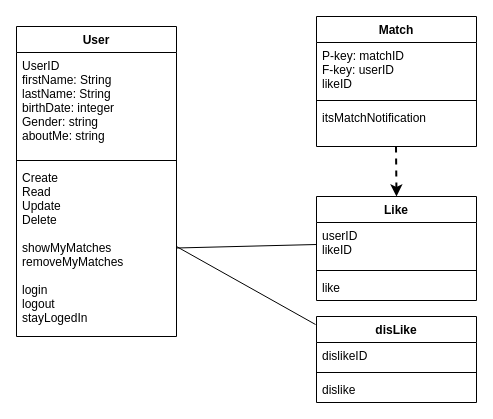
Earlier version of the draw.io diagram Untitled Diagram.drawio (Elena51513155/Eksamen). Source tidied: cells renumbered, new cells numbered last; positions are measured from the earlier drawing's top-left corner, leaving out a move shared by most shapes. Both pictures are drawn from the tidied source at 100%, with x=0, y=0 at pixel (16, 16).
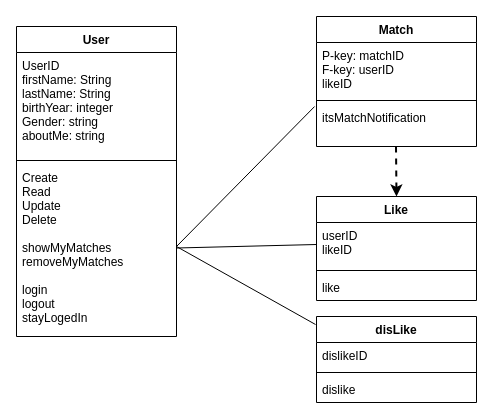
After the change.

Unchanged cells that the change refers to:
```xml
<mxCell id="2" value="User" style="swimlane;fontStyle=1;align=center;verticalAlign=top;horizontal=1;startSize=26;" parent="1" vertex="1">
  <mxGeometry y="10" width="160" height="310" as="geometry" />
</mxCell>
<mxCell id="9" value="itsMatchNotification" style="text;strokeColor=none;fillColor=none;align=left;verticalAlign=top;spacingLeft=4;spacingRight=4;overflow=hidden;points=[[0,0.5],[1,0.5]];portConstraint=eastwest;" parent="6" vertex="1">
  <mxGeometry y="88" width="160" height="42" as="geometry" />
</mxCell>
```

Change to the diagram source:
```diff
@@
-    <mxCell id="3" value="UserID&#10;firstName: String&#10;lastName: String&#10;birthDate: integer&#10;Gender: string&#10;aboutMe: string&#10;" style="text;strokeColor=none;fillColor=none;align=left;verticalAlign=top;spacingLeft=4;spacingRight=4;overflow=hidden;" parent="2" vertex="1">
+    <mxCell id="3" value="UserID&#10;firstName: String&#10;lastName: String&#10;birthYear: integer&#10;Gender: string&#10;aboutMe: string&#10;" style="text;strokeColor=none;fillColor=none;align=left;verticalAlign=top;spacingLeft=4;spacingRight=4;overflow=hidden;" parent="2" vertex="1">
       <mxGeometry y="26" width="160" height="104" as="geometry" />
     </mxCell>
@@
+    <mxCell id="21" style="endArrow=none;html=1;strokeColor=#000000;entryX=-0.012;entryY=0.048;entryDx=0;entryDy=0;entryPerimeter=0;" parent="1" edge="1" target="9">
+      <mxGeometry relative="1" as="geometry">
+        <mxPoint x="160" y="230" as="sourcePoint" />
+      </mxGeometry>
+    </mxCell>
```
